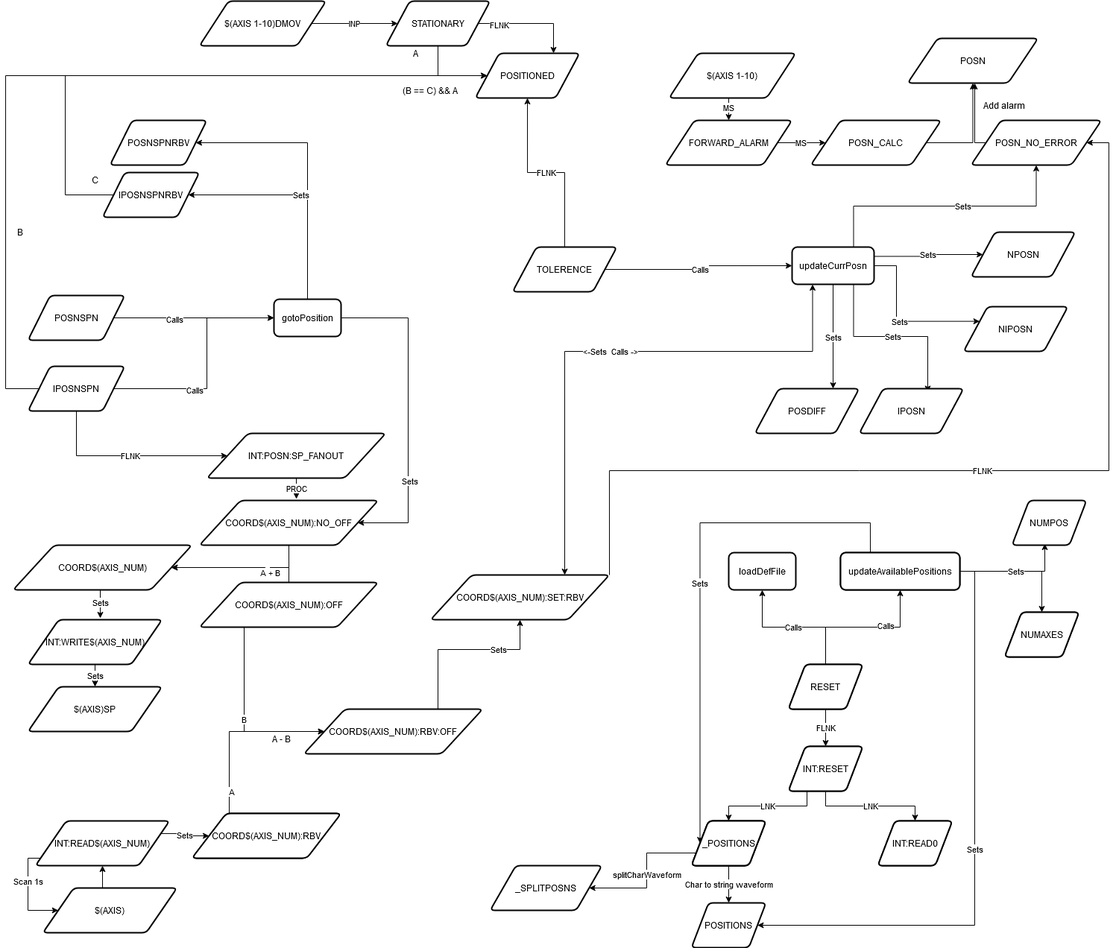
Earlier version of the draw.io export motionSetpoints/motionSetpoints.png (ISISComputingGroup/ibex_developers_manual). Source tidied: cells renumbered, new cells last; positions are measured from the earlier drawing's top-left corner, leaving out a move shared by most shapes.
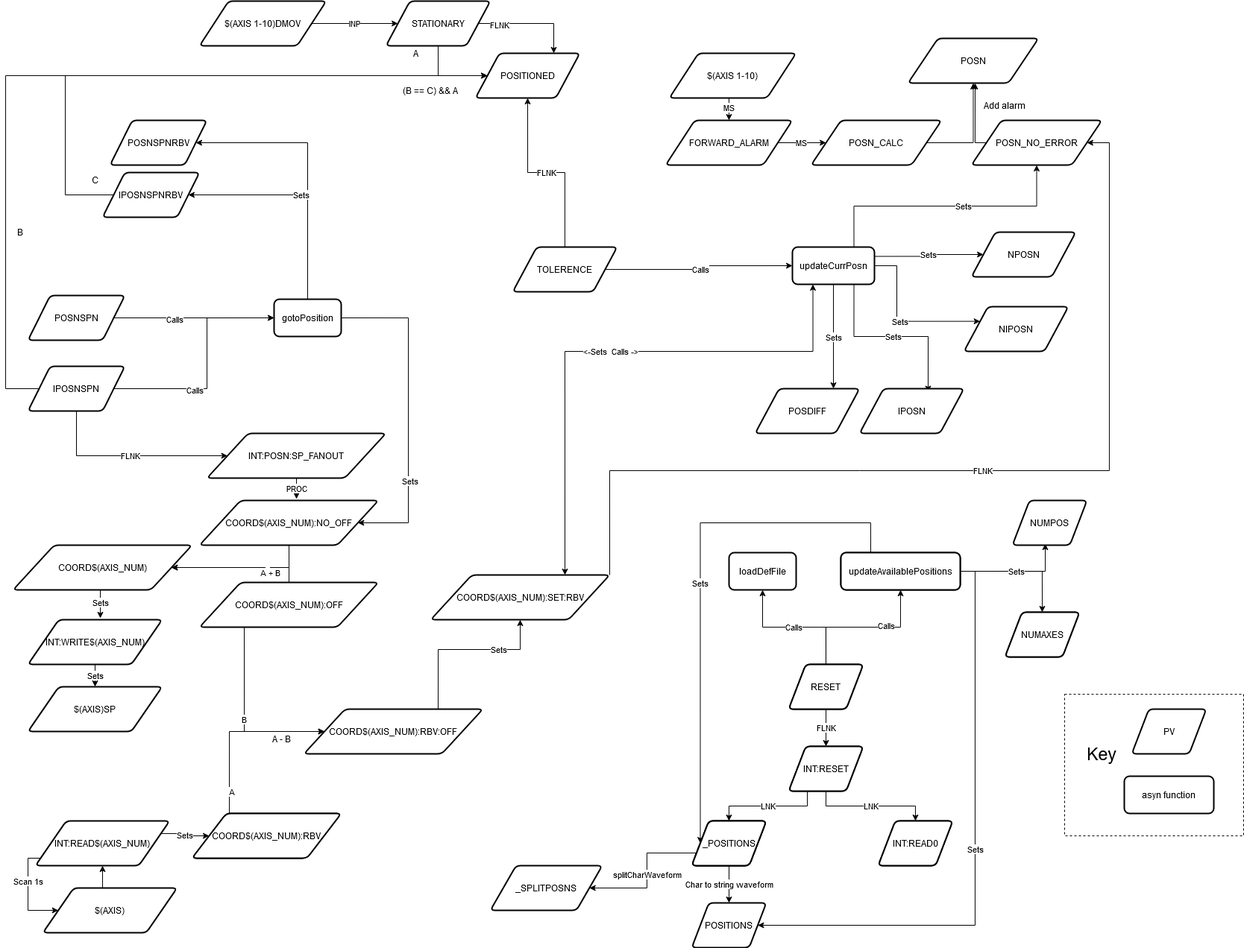
Above is the later version.

What changed in the source:
```diff
@@ -2,6 +2,9 @@
   <root>
     <mxCell id="0" />
     <mxCell id="1" parent="0" />
+    <mxCell id="112" style="rounded=0;whiteSpace=wrap;html=1;dashed=1;" parent="1" vertex="1">
+      <mxGeometry x="1420" y="930" width="240" height="190" as="geometry" />
+    </mxCell>
     <mxCell id="2" style="edgeStyle=orthogonalEdgeStyle;rounded=0;jettySize=auto;html=1;entryX=0.5;entryY=1;entryDx=0;entryDy=0;" parent="1" edge="1" source="5" target="6">
       <mxGeometry relative="1" as="geometry" />
     </mxCell>
@@ -434,5 +437,14 @@
     <mxCell id="111" value="_SPLITPOSNS" style="shape=parallelogram;html=1;strokeWidth=2;perimeter=parallelogramPerimeter;whiteSpace=wrap;rounded=1;arcSize=12;size=0.23;" parent="1" vertex="1">
       <mxGeometry x="650" y="1160" width="150" height="60" as="geometry" />
     </mxCell>
+    <mxCell id="113" value="PV" style="shape=parallelogram;html=1;strokeWidth=2;perimeter=parallelogramPerimeter;whiteSpace=wrap;rounded=1;arcSize=12;size=0.23;" parent="1" vertex="1">
+      <mxGeometry x="1510" y="950" width="100" height="60" as="geometry" />
+    </mxCell>
+    <mxCell id="114" value="asyn function" style="rounded=1;whiteSpace=wrap;html=1;absoluteArcSize=1;arcSize=14;strokeWidth=2;" parent="1" vertex="1">
+      <mxGeometry x="1500" y="1040" width="120" height="50" as="geometry" />
+    </mxCell>
+    <mxCell id="115" value="&lt;font style=&quot;font-size: 23px&quot;&gt;Key&lt;/font&gt;" style="text;html=1;strokeColor=none;fillColor=none;align=center;verticalAlign=middle;whiteSpace=wrap;rounded=0;" parent="1" vertex="1">
+      <mxGeometry x="1450" y="1000" width="40" height="20" as="geometry" />
+    </mxCell>
   </root>
 </mxGraphModel>
```
